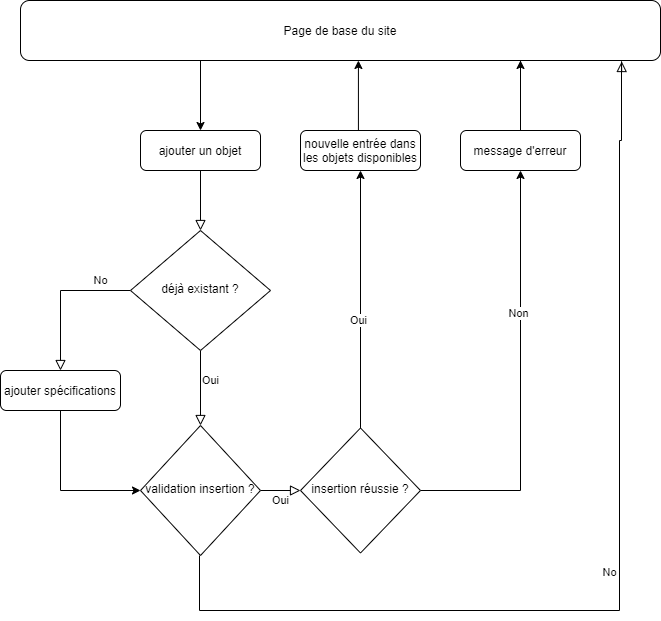
Before: fichiersModifiables/Diagrammes/LocationMat-Flux-AjouterObjet.png, a diagram exported from draw.io (AhVen98/gestionStocks_preTPI). Source tidied: cells renumbered, new cells last; positions are measured from the earlier drawing's top-left corner, leaving out a move shared by most shapes.
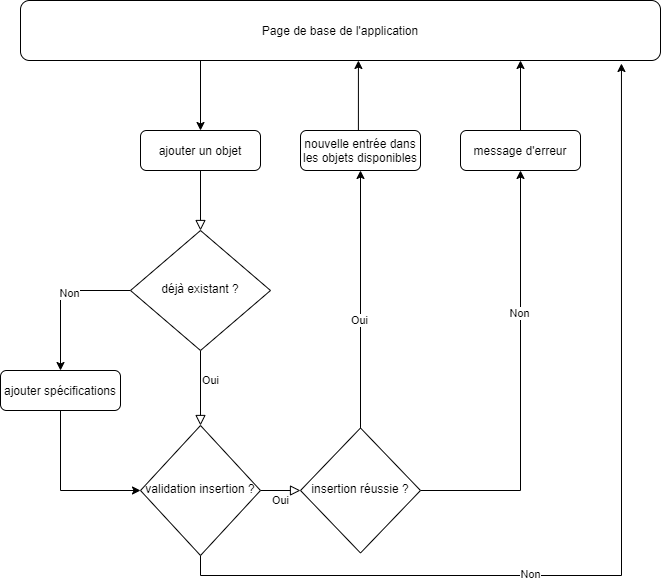
The same diagram one commit later.

The edit, as a diff of the source:
```diff
@@ -11,9 +11,12 @@
     <mxCell id="4" value="Oui&lt;br&gt;" style="rounded=0;html=1;jettySize=auto;fontSize=11;endArrow=block;endFill=0;endSize=8;strokeWidth=1;shadow=0;labelBackgroundColor=none;edgeStyle=orthogonalEdgeStyle;" parent="1" edge="1" source="6" target="11">
       <mxGeometry x="-0.2" y="10" relative="1" as="geometry" />
     </mxCell>
-    <mxCell id="5" value="No" style="edgeStyle=orthogonalEdgeStyle;rounded=0;html=1;jettySize=auto;fontSize=11;endArrow=block;endFill=0;endSize=8;strokeWidth=1;shadow=0;labelBackgroundColor=none;" parent="1" edge="1" source="6" target="8">
-      <mxGeometry x="-0.6" y="-10" relative="1" as="geometry" />
+    <mxCell id="5" style="edgeStyle=orthogonalEdgeStyle;rounded=0;jettySize=auto;html=1;exitX=0;exitY=0.5;exitDx=0;exitDy=0;entryX=0.5;entryY=0;entryDx=0;entryDy=0;" parent="1" edge="1" source="6" target="8">
+      <mxGeometry relative="1" as="geometry" />
     </mxCell>
+    <mxCell id="23" value="Non" style="edgeLabel;html=1;align=center;verticalAlign=middle;" parent="5" vertex="1">
+      <mxGeometry x="-0.17" y="2" relative="1" as="geometry" />
+    </mxCell>
     <mxCell id="6" value="déjà existant ?" style="rhombus;whiteSpace=wrap;html=1;shadow=0;fontFamily=Helvetica;fontSize=12;align=center;strokeWidth=1;spacing=6;spacingTop=-4;" parent="1" vertex="1">
       <mxGeometry x="130" y="230" width="140" height="120" as="geometry" />
     </mxCell>
@@ -23,22 +26,15 @@
     <mxCell id="8" value="ajouter spécifications" style="rounded=1;whiteSpace=wrap;html=1;fontSize=12;glass=0;strokeWidth=1;shadow=0;" parent="1" vertex="1">
       <mxGeometry y="370" width="120" height="40" as="geometry" />
     </mxCell>
-    <mxCell id="9" value="No" style="rounded=0;html=1;jettySize=auto;orthogonalLoop=1;fontSize=11;endArrow=block;endFill=0;endSize=8;strokeWidth=1;shadow=0;labelBackgroundColor=none;edgeStyle=orthogonalEdgeStyle;exitX=0.5;exitY=1;exitDx=0;exitDy=0;entryX=0.941;entryY=1.017;entryDx=0;entryDy=0;entryPerimeter=0;" parent="1" edge="1">
-      <mxGeometry y="10" relative="1" as="geometry">
-        <mxPoint x="199" y="555" as="sourcePoint" />
-        <mxPoint x="621.2" y="61" as="targetPoint" />
-        <Array as="points">
-          <mxPoint x="199" y="610" />
-          <mxPoint x="619" y="610" />
-          <mxPoint x="619" y="140" />
-          <mxPoint x="621" y="140" />
-          <mxPoint x="621" y="61" />
-        </Array>
-      </mxGeometry>
-    </mxCell>
     <mxCell id="10" value="Oui" style="edgeStyle=orthogonalEdgeStyle;rounded=0;html=1;jettySize=auto;fontSize=11;endArrow=block;endFill=0;endSize=8;strokeWidth=1;shadow=0;labelBackgroundColor=none;entryX=0;entryY=0.5;entryDx=0;entryDy=0;" parent="1" edge="1" source="11" target="18">
       <mxGeometry y="-10" relative="1" as="geometry" />
     </mxCell>
+    <mxCell id="24" style="edgeStyle=orthogonalEdgeStyle;rounded=0;jettySize=auto;html=1;exitX=0.5;exitY=1;exitDx=0;exitDy=0;entryX=0.939;entryY=1.05;entryDx=0;entryDy=0;entryPerimeter=0;" parent="1" edge="1" source="11" target="13">
+      <mxGeometry relative="1" as="geometry" />
+    </mxCell>
+    <mxCell id="25" value="Non" style="edgeLabel;html=1;align=center;verticalAlign=middle;" parent="24" vertex="1">
+      <mxGeometry x="-0.27" y="2" relative="1" as="geometry" />
+    </mxCell>
     <mxCell id="11" value="validation insertion ?" style="rhombus;whiteSpace=wrap;html=1;shadow=0;fontFamily=Helvetica;fontSize=12;align=center;strokeWidth=1;spacing=6;spacingTop=-4;" parent="1" vertex="1">
       <mxGeometry x="140" y="425" width="120" height="130" as="geometry" />
     </mxCell>
@@ -49,7 +45,7 @@
         </Array>
       </mxGeometry>
     </mxCell>
-    <mxCell id="13" value="Page de base du site" style="rounded=1;whiteSpace=wrap;html=1;fontSize=12;glass=0;strokeWidth=1;shadow=0;" parent="1" vertex="1">
+    <mxCell id="13" value="Page de base de l'application" style="rounded=1;whiteSpace=wrap;html=1;fontSize=12;glass=0;strokeWidth=1;shadow=0;" parent="1" vertex="1">
       <mxGeometry x="20" width="640" height="60" as="geometry" />
     </mxCell>
     <mxCell id="14" style="edgeStyle=orthogonalEdgeStyle;rounded=0;jettySize=auto;html=1;exitX=0.5;exitY=0;exitDx=0;exitDy=0;entryX=0.5;entryY=1;entryDx=0;entryDy=0;" parent="1" edge="1" source="18" target="20">
```
